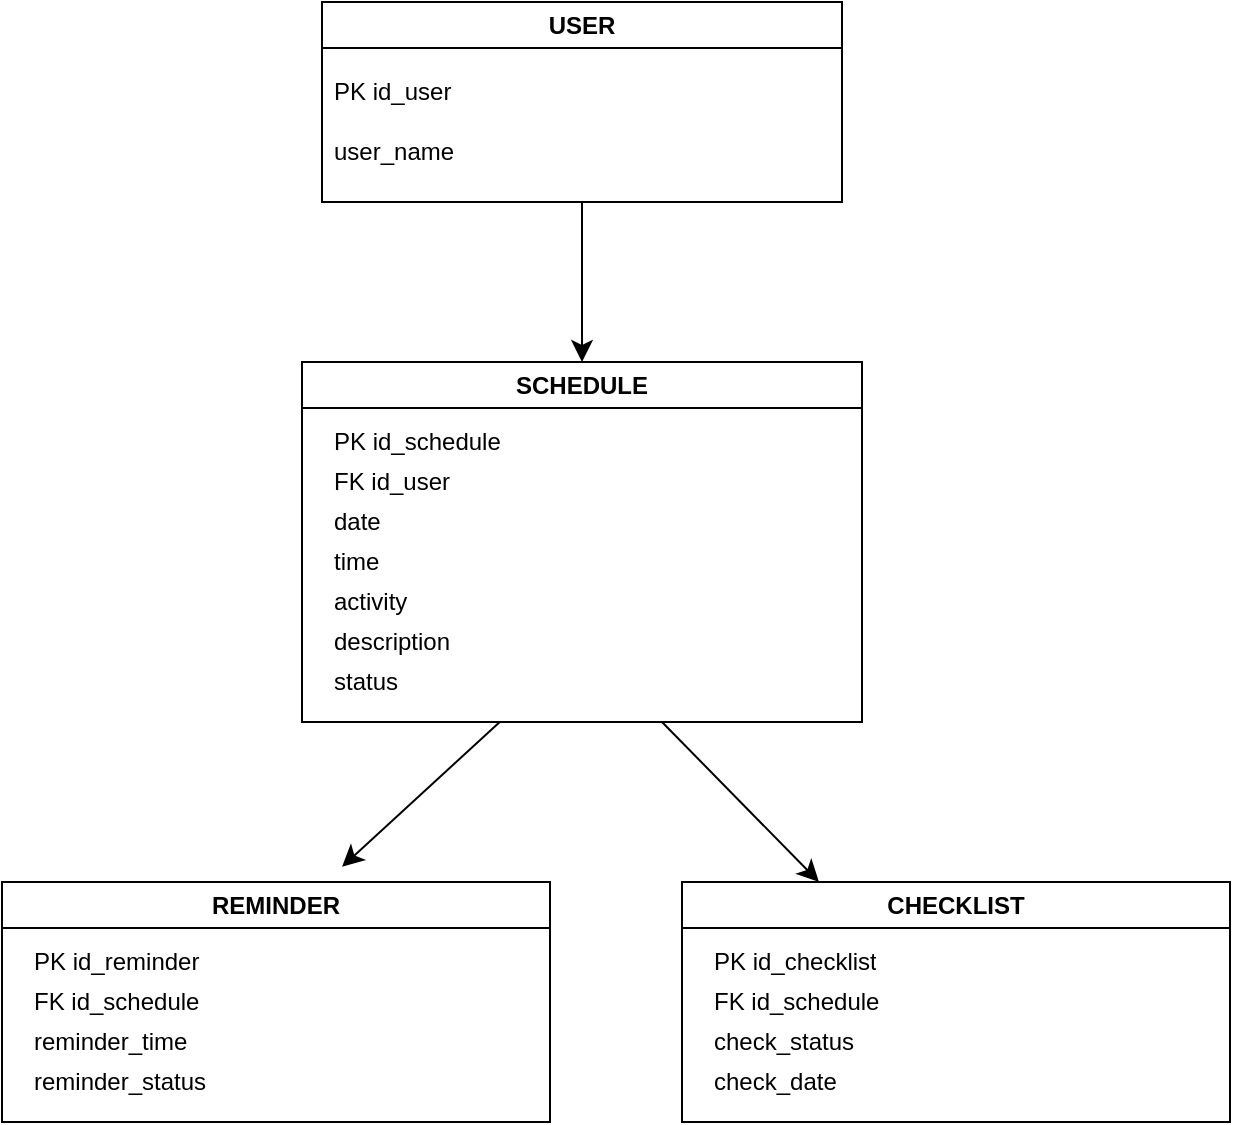
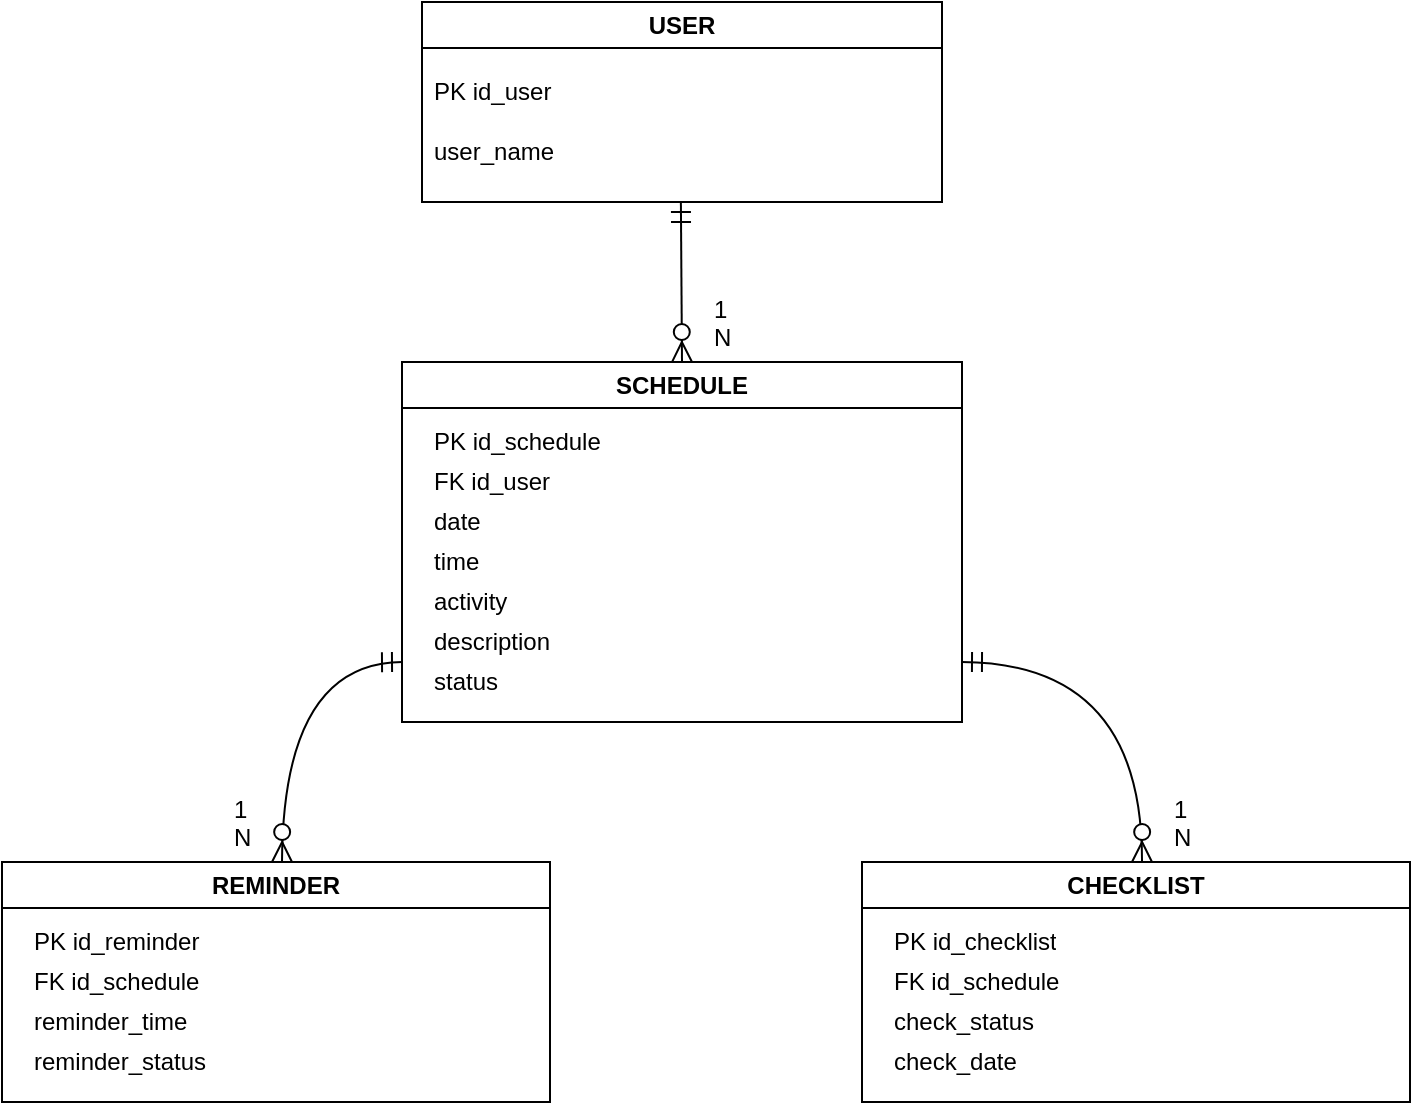
<mxfile host="app.diagrams.net">
  <diagram name="Halaman-1" id="Lyl3U-TUsnQD6F2SFX3k">
-     <mxGraphModel dx="1144" dy="586" grid="1" gridSize="10" guides="1" tooltips="1" connect="1" arrows="1" fold="1" page="1" pageScale="1" pageWidth="827" pageHeight="1169" math="0" shadow="0">
+     <mxGraphModel dx="1717" dy="878" grid="1" gridSize="10" guides="1" tooltips="1" connect="1" arrows="1" fold="1" page="1" pageScale="1" pageWidth="827" pageHeight="1169" math="0" shadow="0">
      <root>
        <mxCell id="0" />
        <mxCell id="1" parent="0" />
        <mxCell id="vs-O4YPFUQxbU1jynazt-14" parent="1" style="swimlane;whiteSpace=wrap;html=1;startSize=23;" value="USER" vertex="1">
          <mxGeometry height="100" width="260" x="270" y="70" as="geometry">
            <mxRectangle height="30" width="140" x="280" y="320" as="alternateBounds" />
          </mxGeometry>
        </mxCell>
        <mxCell id="vs-O4YPFUQxbU1jynazt-18" parent="vs-O4YPFUQxbU1jynazt-14" style="text;strokeColor=none;fillColor=none;align=left;verticalAlign=middle;spacingLeft=4;spacingRight=4;overflow=hidden;points=[[0,0.5],[1,0.5]];portConstraint=eastwest;rotatable=0;whiteSpace=wrap;html=1;" value="PK id_user" vertex="1">
          <mxGeometry height="30" width="260" y="30" as="geometry" />
        </mxCell>
        <mxCell id="vs-O4YPFUQxbU1jynazt-19" parent="vs-O4YPFUQxbU1jynazt-14" style="text;strokeColor=none;fillColor=none;align=left;verticalAlign=middle;spacingLeft=4;spacingRight=4;overflow=hidden;points=[[0,0.5],[1,0.5]];portConstraint=eastwest;rotatable=0;whiteSpace=wrap;html=1;" value="user_name" vertex="1">
          <mxGeometry height="30" width="260" y="60" as="geometry" />
        </mxCell>
        <mxCell id="vs-O4YPFUQxbU1jynazt-20" parent="1" style="swimlane;whiteSpace=wrap;html=1;startSize=23;" value="SCHEDULE" vertex="1">
          <mxGeometry height="180" width="280" x="260" y="250" as="geometry">
            <mxRectangle height="30" width="140" x="280" y="320" as="alternateBounds" />
          </mxGeometry>
        </mxCell>
        <mxCell id="vs-O4YPFUQxbU1jynazt-21" parent="vs-O4YPFUQxbU1jynazt-20" style="text;strokeColor=none;fillColor=none;align=left;verticalAlign=middle;spacingLeft=4;spacingRight=4;overflow=hidden;points=[[0,0.5],[1,0.5]];portConstraint=eastwest;rotatable=0;whiteSpace=wrap;html=1;" value="PK id_schedule" vertex="1">
          <mxGeometry height="20" width="260" x="10" y="30" as="geometry" />
        </mxCell>
        <mxCell id="vs-O4YPFUQxbU1jynazt-40" parent="vs-O4YPFUQxbU1jynazt-20" style="text;strokeColor=none;fillColor=none;align=left;verticalAlign=middle;spacingLeft=4;spacingRight=4;overflow=hidden;points=[[0,0.5],[1,0.5]];portConstraint=eastwest;rotatable=0;whiteSpace=wrap;html=1;" value="FK id_user" vertex="1">
          <mxGeometry height="20" width="260" x="10" y="50" as="geometry" />
        </mxCell>
        <mxCell id="vs-O4YPFUQxbU1jynazt-41" parent="vs-O4YPFUQxbU1jynazt-20" style="text;strokeColor=none;fillColor=none;align=left;verticalAlign=middle;spacingLeft=4;spacingRight=4;overflow=hidden;points=[[0,0.5],[1,0.5]];portConstraint=eastwest;rotatable=0;whiteSpace=wrap;html=1;" value="date" vertex="1">
          <mxGeometry height="20" width="260" x="10" y="70" as="geometry" />
        </mxCell>
        <mxCell id="vs-O4YPFUQxbU1jynazt-43" parent="vs-O4YPFUQxbU1jynazt-20" style="text;strokeColor=none;fillColor=none;align=left;verticalAlign=middle;spacingLeft=4;spacingRight=4;overflow=hidden;points=[[0,0.5],[1,0.5]];portConstraint=eastwest;rotatable=0;whiteSpace=wrap;html=1;" value="activity" vertex="1">
          <mxGeometry height="20" width="260" x="10" y="110" as="geometry" />
        </mxCell>
        <mxCell id="vs-O4YPFUQxbU1jynazt-42" parent="vs-O4YPFUQxbU1jynazt-20" style="text;strokeColor=none;fillColor=none;align=left;verticalAlign=middle;spacingLeft=4;spacingRight=4;overflow=hidden;points=[[0,0.5],[1,0.5]];portConstraint=eastwest;rotatable=0;whiteSpace=wrap;html=1;" value="time" vertex="1">
          <mxGeometry height="20" width="260" x="10" y="90" as="geometry" />
        </mxCell>
        <mxCell id="vs-O4YPFUQxbU1jynazt-44" parent="vs-O4YPFUQxbU1jynazt-20" style="text;strokeColor=none;fillColor=none;align=left;verticalAlign=middle;spacingLeft=4;spacingRight=4;overflow=hidden;points=[[0,0.5],[1,0.5]];portConstraint=eastwest;rotatable=0;whiteSpace=wrap;html=1;" value="description" vertex="1">
          <mxGeometry height="20" width="260" x="10" y="130" as="geometry" />
        </mxCell>
        <mxCell id="vs-O4YPFUQxbU1jynazt-45" parent="vs-O4YPFUQxbU1jynazt-20" style="text;strokeColor=none;fillColor=none;align=left;verticalAlign=middle;spacingLeft=4;spacingRight=4;overflow=hidden;points=[[0,0.5],[1,0.5]];portConstraint=eastwest;rotatable=0;whiteSpace=wrap;html=1;" value="status" vertex="1">
          <mxGeometry height="20" width="260" x="10" y="150" as="geometry" />
        </mxCell>
        <mxCell id="vs-O4YPFUQxbU1jynazt-27" parent="1" style="swimlane;whiteSpace=wrap;html=1;startSize=23;" value="REMINDER" vertex="1">
-           <mxGeometry height="120" width="274" x="110" y="510" as="geometry">
+           <mxGeometry height="120" width="274" x="60" y="500" as="geometry">
            <mxRectangle height="30" width="140" x="280" y="320" as="alternateBounds" />
          </mxGeometry>
        </mxCell>
        <mxCell id="vs-O4YPFUQxbU1jynazt-46" parent="vs-O4YPFUQxbU1jynazt-27" style="text;strokeColor=none;fillColor=none;align=left;verticalAlign=middle;spacingLeft=4;spacingRight=4;overflow=hidden;points=[[0,0.5],[1,0.5]];portConstraint=eastwest;rotatable=0;whiteSpace=wrap;html=1;" value="PK id_reminder" vertex="1">
          <mxGeometry height="20" width="260" x="10" y="30" as="geometry" />
        </mxCell>
        <mxCell id="vs-O4YPFUQxbU1jynazt-47" parent="vs-O4YPFUQxbU1jynazt-27" style="text;strokeColor=none;fillColor=none;align=left;verticalAlign=middle;spacingLeft=4;spacingRight=4;overflow=hidden;points=[[0,0.5],[1,0.5]];portConstraint=eastwest;rotatable=0;whiteSpace=wrap;html=1;" value="FK id_schedule" vertex="1">
          <mxGeometry height="20" width="260" x="10" y="50" as="geometry" />
        </mxCell>
        <mxCell id="vs-O4YPFUQxbU1jynazt-48" parent="vs-O4YPFUQxbU1jynazt-27" style="text;strokeColor=none;fillColor=none;align=left;verticalAlign=middle;spacingLeft=4;spacingRight=4;overflow=hidden;points=[[0,0.5],[1,0.5]];portConstraint=eastwest;rotatable=0;whiteSpace=wrap;html=1;" value="reminder_time" vertex="1">
          <mxGeometry height="20" width="260" x="10" y="70" as="geometry" />
        </mxCell>
        <mxCell id="vs-O4YPFUQxbU1jynazt-49" parent="vs-O4YPFUQxbU1jynazt-27" style="text;strokeColor=none;fillColor=none;align=left;verticalAlign=middle;spacingLeft=4;spacingRight=4;overflow=hidden;points=[[0,0.5],[1,0.5]];portConstraint=eastwest;rotatable=0;whiteSpace=wrap;html=1;" value="reminder_status" vertex="1">
          <mxGeometry height="20" width="260" x="10" y="90" as="geometry" />
        </mxCell>
        <mxCell id="vs-O4YPFUQxbU1jynazt-51" parent="1" style="swimlane;whiteSpace=wrap;html=1;startSize=23;" value="CHECKLIST" vertex="1">
-           <mxGeometry height="120" width="274" x="450" y="510" as="geometry">
+           <mxGeometry height="120" width="274" x="490" y="500" as="geometry">
            <mxRectangle height="30" width="140" x="280" y="320" as="alternateBounds" />
          </mxGeometry>
        </mxCell>
        <mxCell id="vs-O4YPFUQxbU1jynazt-52" parent="vs-O4YPFUQxbU1jynazt-51" style="text;strokeColor=none;fillColor=none;align=left;verticalAlign=middle;spacingLeft=4;spacingRight=4;overflow=hidden;points=[[0,0.5],[1,0.5]];portConstraint=eastwest;rotatable=0;whiteSpace=wrap;html=1;" value="PK id_checklist" vertex="1">
          <mxGeometry height="20" width="260" x="10" y="30" as="geometry" />
        </mxCell>
        <mxCell id="vs-O4YPFUQxbU1jynazt-53" parent="vs-O4YPFUQxbU1jynazt-51" style="text;strokeColor=none;fillColor=none;align=left;verticalAlign=middle;spacingLeft=4;spacingRight=4;overflow=hidden;points=[[0,0.5],[1,0.5]];portConstraint=eastwest;rotatable=0;whiteSpace=wrap;html=1;" value="FK id_schedule" vertex="1">
          <mxGeometry height="20" width="260" x="10" y="50" as="geometry" />
        </mxCell>
        <mxCell id="vs-O4YPFUQxbU1jynazt-54" parent="vs-O4YPFUQxbU1jynazt-51" style="text;strokeColor=none;fillColor=none;align=left;verticalAlign=middle;spacingLeft=4;spacingRight=4;overflow=hidden;points=[[0,0.5],[1,0.5]];portConstraint=eastwest;rotatable=0;whiteSpace=wrap;html=1;" value="check_status" vertex="1">
          <mxGeometry height="20" width="260" x="10" y="70" as="geometry" />
        </mxCell>
        <mxCell id="vs-O4YPFUQxbU1jynazt-55" parent="vs-O4YPFUQxbU1jynazt-51" style="text;strokeColor=none;fillColor=none;align=left;verticalAlign=middle;spacingLeft=4;spacingRight=4;overflow=hidden;points=[[0,0.5],[1,0.5]];portConstraint=eastwest;rotatable=0;whiteSpace=wrap;html=1;" value="check_date" vertex="1">
          <mxGeometry height="20" width="260" x="10" y="90" as="geometry" />
        </mxCell>
-         <mxCell id="vs-O4YPFUQxbU1jynazt-57" edge="1" parent="1" source="vs-O4YPFUQxbU1jynazt-14" style="edgeStyle=none;curved=1;rounded=0;orthogonalLoop=1;jettySize=auto;html=1;entryX=0.5;entryY=0;entryDx=0;entryDy=0;fontSize=12;startSize=8;endSize=8;" target="vs-O4YPFUQxbU1jynazt-20">
-           <mxGeometry relative="1" as="geometry" />
+         <mxCell id="gyFvVAeO4JzyjZ_L1Lyc-4" parent="1" style="text;strokeColor=none;fillColor=none;spacingLeft=4;spacingRight=4;overflow=hidden;rotatable=0;points=[[0,0.5],[1,0.5]];portConstraint=eastwest;fontSize=12;whiteSpace=wrap;html=1;" value="1&lt;div&gt;N&lt;/div&gt;" vertex="1">
+           <mxGeometry height="30" width="40" x="410" y="210" as="geometry" />
        </mxCell>
-         <mxCell id="vs-O4YPFUQxbU1jynazt-58" edge="1" parent="1" style="edgeStyle=none;curved=1;rounded=0;orthogonalLoop=1;jettySize=auto;html=1;entryX=0.661;entryY=0.02;entryDx=0;entryDy=0;entryPerimeter=0;fontSize=12;startSize=8;endSize=8;exitX=0.25;exitY=1;exitDx=0;exitDy=0;">
-           <mxGeometry relative="1" as="geometry">
-             <mxPoint x="358.8900000000002" y="430" as="sourcePoint" />
-             <mxPoint x="280.00400000000025" y="502.39999999999986" as="targetPoint" />
+         <mxCell id="gyFvVAeO4JzyjZ_L1Lyc-7" edge="1" parent="1" style="fontSize=12;html=1;endArrow=ERzeroToMany;startArrow=ERmandOne;rounded=0;startSize=8;endSize=8;entryX=0.5;entryY=0;entryDx=0;entryDy=0;" target="vs-O4YPFUQxbU1jynazt-20" value="">
+           <mxGeometry height="100" relative="1" width="100" as="geometry">
+             <mxPoint x="399.44" y="170" as="sourcePoint" />
+             <mxPoint x="399" y="240" as="targetPoint" />
          </mxGeometry>
        </mxCell>
-         <mxCell id="vs-O4YPFUQxbU1jynazt-59" edge="1" parent="1" style="edgeStyle=none;curved=1;rounded=0;orthogonalLoop=1;jettySize=auto;html=1;fontSize=12;startSize=8;endSize=8;entryX=0.25;entryY=0;entryDx=0;entryDy=0;" target="vs-O4YPFUQxbU1jynazt-51">
-           <mxGeometry relative="1" as="geometry">
-             <mxPoint x="440" y="430" as="sourcePoint" />
-             <mxPoint x="530" y="500" as="targetPoint" />
+         <mxCell id="gyFvVAeO4JzyjZ_L1Lyc-9" edge="1" parent="1" style="fontSize=12;html=1;endArrow=ERzeroToMany;startArrow=ERmandOne;rounded=0;startSize=8;endSize=8;edgeStyle=orthogonalEdgeStyle;curved=1;" value="">
+           <mxGeometry height="100" relative="1" width="100" as="geometry">
+             <mxPoint x="260" y="400" as="sourcePoint" />
+             <mxPoint x="200" y="500" as="targetPoint" />
          </mxGeometry>
+         </mxCell>
+         <mxCell id="gyFvVAeO4JzyjZ_L1Lyc-10" edge="1" parent="1" style="fontSize=12;html=1;endArrow=ERzeroToMany;startArrow=ERmandOne;rounded=0;startSize=8;endSize=8;edgeStyle=orthogonalEdgeStyle;curved=1;" value="">
+           <mxGeometry height="100" relative="1" width="100" as="geometry">
+             <mxPoint x="540" y="400" as="sourcePoint" />
+             <mxPoint x="630" y="500" as="targetPoint" />
+           </mxGeometry>
+         </mxCell>
+         <mxCell id="gyFvVAeO4JzyjZ_L1Lyc-11" parent="1" style="text;strokeColor=none;fillColor=none;spacingLeft=4;spacingRight=4;overflow=hidden;rotatable=0;points=[[0,0.5],[1,0.5]];portConstraint=eastwest;fontSize=12;whiteSpace=wrap;html=1;" value="1&lt;div&gt;N&lt;/div&gt;" vertex="1">
+           <mxGeometry height="30" width="40" x="170" y="460" as="geometry" />
+         </mxCell>
+         <mxCell id="gyFvVAeO4JzyjZ_L1Lyc-13" parent="1" style="text;strokeColor=none;fillColor=none;spacingLeft=4;spacingRight=4;overflow=hidden;rotatable=0;points=[[0,0.5],[1,0.5]];portConstraint=eastwest;fontSize=12;whiteSpace=wrap;html=1;" value="1&lt;div&gt;N&lt;/div&gt;" vertex="1">
+           <mxGeometry height="30" width="40" x="640" y="460" as="geometry" />
        </mxCell>
      </root>
    </mxGraphModel>
  </diagram>
</mxfile>
